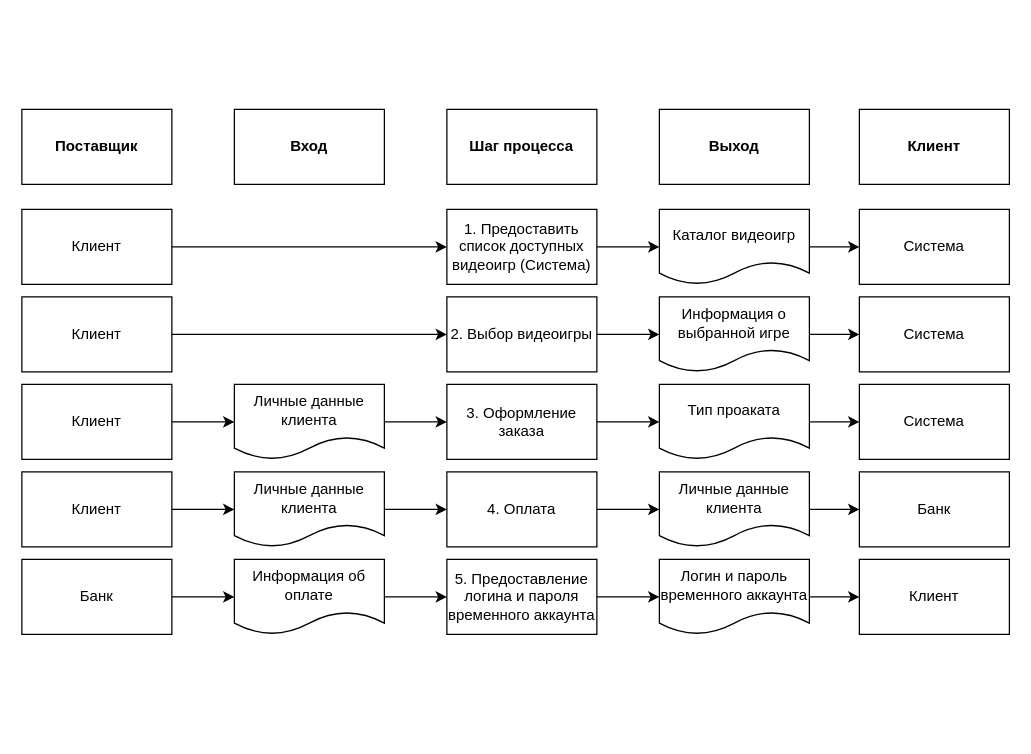
This is 2 курс/Предпроектный анализ и моделирование бизнес-процессов/main - РГР/Схемы/SIPOC.drawio from oxygen-js/CHGU, a draw.io file, before an edit. Source tidied: cells renumbered, new cells numbered last; positions are measured from the earlier drawing's top-left corner, leaving out a move shared by most shapes. Both pictures are drawn from the tidied source at 125%, with x=0, y=0 at pixel (21, 109).
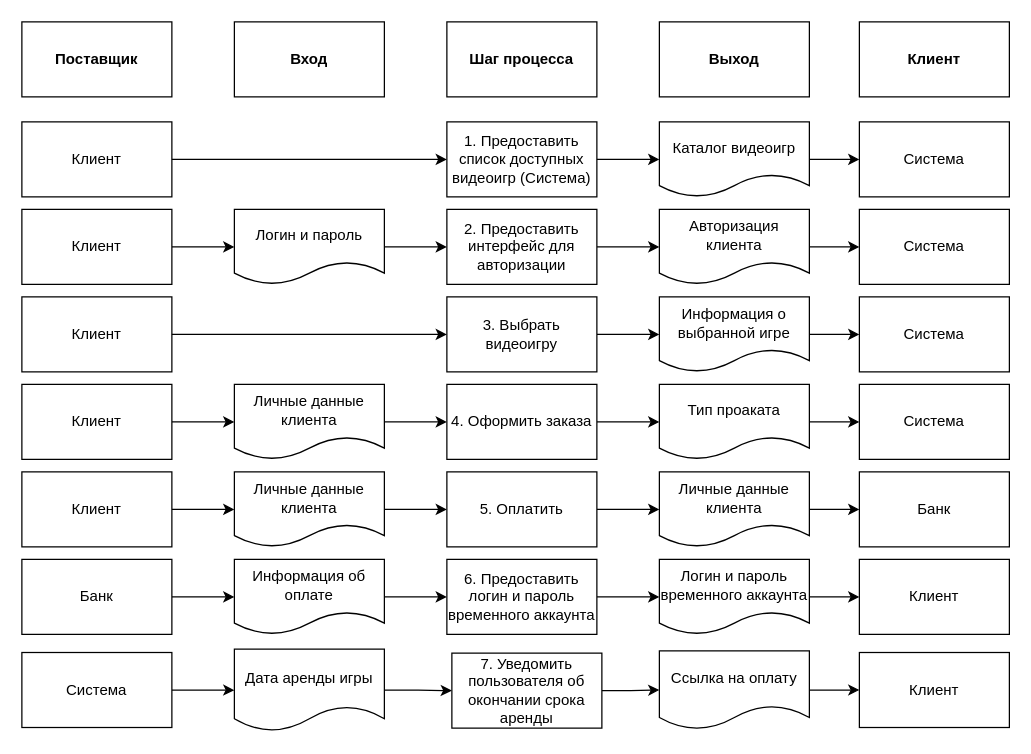
After the change.

Diff of the diagram source:
```diff
@@
     <mxCell id="2" value="&lt;b&gt;Поставщик&lt;br&gt;&lt;/b&gt;" style="rounded=0;whiteSpace=wrap;html=1;" parent="1" vertex="1">
-      <mxGeometry width="120" height="60" as="geometry" />
+      <mxGeometry y="-70" width="120" height="60" as="geometry" />
     </mxCell>
     <mxCell id="3" value="Вход" style="rounded=0;whiteSpace=wrap;html=1;fontStyle=1;" parent="1" vertex="1">
-      <mxGeometry x="170" width="120" height="60" as="geometry" />
+      <mxGeometry x="170" y="-70" width="120" height="60" as="geometry" />
     </mxCell>
     <mxCell id="4" value="Шаг процесса" style="rounded=0;whiteSpace=wrap;html=1;fontStyle=1;" parent="1" vertex="1">
-      <mxGeometry x="340" width="120" height="60" as="geometry" />
+      <mxGeometry x="340" y="-70" width="120" height="60" as="geometry" />
     </mxCell>
     <mxCell id="5" value="Клиент" style="rounded=0;whiteSpace=wrap;html=1;fontStyle=1;" parent="1" vertex="1">
-      <mxGeometry x="670" width="120" height="60" as="geometry" />
+      <mxGeometry x="670" y="-70" width="120" height="60" as="geometry" />
     </mxCell>
     <mxCell id="6" value="Выход" style="rounded=0;whiteSpace=wrap;html=1;fontStyle=1;" parent="1" vertex="1">
-      <mxGeometry x="510" width="120" height="60" as="geometry" />
+      <mxGeometry x="510" y="-70" width="120" height="60" as="geometry" />
     </mxCell>
     <mxCell id="7" value="Клиент" style="rounded=0;whiteSpace=wrap;html=1;" parent="1" vertex="1">
-      <mxGeometry y="80" width="120" height="60" as="geometry" />
+      <mxGeometry y="10" width="120" height="60" as="geometry" />
     </mxCell>
     <mxCell id="8" value="1. Предоставить список доступных видеоигр (Система)" style="rounded=0;whiteSpace=wrap;html=1;" parent="1" vertex="1">
-      <mxGeometry x="340" y="80" width="120" height="60" as="geometry" />
+      <mxGeometry x="340" y="10" width="120" height="60" as="geometry" />
     </mxCell>
@@
     <mxCell id="10" value="Каталог видеоигр" style="shape=document;whiteSpace=wrap;html=1;boundedLbl=1;" parent="1" vertex="1">
-      <mxGeometry x="510" y="80" width="120" height="60" as="geometry" />
+      <mxGeometry x="510" y="10" width="120" height="60" as="geometry" />
     </mxCell>
     <mxCell id="11" value="Система" style="rounded=0;whiteSpace=wrap;html=1;" parent="1" vertex="1">
-      <mxGeometry x="670" y="80" width="120" height="60" as="geometry" />
+      <mxGeometry x="670" y="10" width="120" height="60" as="geometry" />
     </mxCell>
@@
-    <mxCell id="18" value="2. Выбор видеоигры" style="rounded=0;whiteSpace=wrap;html=1;" parent="1" vertex="1">
+    <mxCell id="18" value="3. Выбрать видеоигру" style="rounded=0;whiteSpace=wrap;html=1;" parent="1" vertex="1">
       <mxGeometry x="340" y="150" width="120" height="60" as="geometry" />
     </mxCell>
@@
-    <mxCell id="26" value="3. Оформление заказа" style="rounded=0;whiteSpace=wrap;html=1;" parent="1" vertex="1">
+    <mxCell id="26" value="4. Оформить заказа" style="rounded=0;whiteSpace=wrap;html=1;" parent="1" vertex="1">
       <mxGeometry x="340" y="220" width="120" height="60" as="geometry" />
     </mxCell>
@@
-    <mxCell id="35" value="4. Оплата" style="whiteSpace=wrap;html=1;rounded=0;" parent="1" vertex="1">
+    <mxCell id="35" value="5. Оплатить" style="whiteSpace=wrap;html=1;rounded=0;" parent="1" vertex="1">
       <mxGeometry x="340" y="290" width="120" height="60" as="geometry" />
     </mxCell>
@@
-    <mxCell id="44" value="5. Предоставление логина и пароля временного аккаунта" style="whiteSpace=wrap;html=1;rounded=0;" parent="1" vertex="1">
+    <mxCell id="44" value="6. Предоставить логин и пароль временного аккаунта" style="whiteSpace=wrap;html=1;rounded=0;" parent="1" vertex="1">
       <mxGeometry x="340" y="360" width="120" height="60" as="geometry" />
     </mxCell>
@@
+    <mxCell id="48" style="edgeStyle=orthogonalEdgeStyle;rounded=0;jettySize=auto;html=1;" parent="1" edge="1" source="49" target="51">
+      <mxGeometry relative="1" as="geometry" />
+    </mxCell>
+    <mxCell id="49" value="Клиент" style="rounded=0;whiteSpace=wrap;html=1;" parent="1" vertex="1">
+      <mxGeometry y="80" width="120" height="60" as="geometry" />
+    </mxCell>
+    <mxCell id="50" style="edgeStyle=orthogonalEdgeStyle;rounded=0;jettySize=auto;html=1;" parent="1" edge="1" source="51" target="53">
+      <mxGeometry relative="1" as="geometry" />
+    </mxCell>
+    <mxCell id="51" value="Логин и пароль" style="shape=document;whiteSpace=wrap;html=1;boundedLbl=1;" parent="1" vertex="1">
+      <mxGeometry x="170" y="80" width="120" height="60" as="geometry" />
+    </mxCell>
+    <mxCell id="52" style="edgeStyle=orthogonalEdgeStyle;rounded=0;jettySize=auto;html=1;" parent="1" edge="1" source="53" target="55">
+      <mxGeometry relative="1" as="geometry" />
+    </mxCell>
+    <mxCell id="53" value="2. Предоставить интерфейс для авторизации" style="rounded=0;whiteSpace=wrap;html=1;" parent="1" vertex="1">
+      <mxGeometry x="340" y="80" width="120" height="60" as="geometry" />
+    </mxCell>
+    <mxCell id="54" style="edgeStyle=orthogonalEdgeStyle;rounded=0;jettySize=auto;html=1;" parent="1" edge="1" source="55" target="56">
+      <mxGeometry relative="1" as="geometry" />
+    </mxCell>
+    <mxCell id="55" value="Авторизация клиента" style="shape=document;whiteSpace=wrap;html=1;boundedLbl=1;" parent="1" vertex="1">
+      <mxGeometry x="510" y="80" width="120" height="60" as="geometry" />
+    </mxCell>
+    <mxCell id="56" value="Система" style="rounded=0;whiteSpace=wrap;html=1;" parent="1" vertex="1">
+      <mxGeometry x="670" y="80" width="120" height="60" as="geometry" />
+    </mxCell>
+    <mxCell id="57" style="edgeStyle=orthogonalEdgeStyle;rounded=0;jettySize=auto;html=1;" parent="1" edge="1" source="58" target="60">
+      <mxGeometry relative="1" as="geometry" />
+    </mxCell>
+    <mxCell id="58" value="Система" style="rounded=0;whiteSpace=wrap;html=1;" parent="1" vertex="1">
+      <mxGeometry y="434.5" width="120" height="60" as="geometry" />
+    </mxCell>
+    <mxCell id="59" style="edgeStyle=orthogonalEdgeStyle;rounded=0;jettySize=auto;html=1;" parent="1" edge="1" source="60" target="62">
+      <mxGeometry relative="1" as="geometry" />
+    </mxCell>
+    <mxCell id="60" value="Дата аренды игры" style="shape=document;whiteSpace=wrap;html=1;boundedLbl=1;" parent="1" vertex="1">
+      <mxGeometry x="170" y="431.8" width="120" height="65.5" as="geometry" />
+    </mxCell>
+    <mxCell id="61" style="edgeStyle=orthogonalEdgeStyle;rounded=0;jettySize=auto;html=1;" parent="1" edge="1" source="62" target="65">
+      <mxGeometry relative="1" as="geometry" />
+    </mxCell>
+    <mxCell id="62" value="7. Уведомить пользователя об окончании срока аренды" style="rounded=0;whiteSpace=wrap;html=1;" parent="1" vertex="1">
+      <mxGeometry x="344" y="435" width="120" height="60" as="geometry" />
+    </mxCell>
+    <mxCell id="63" value="Клиент" style="rounded=0;whiteSpace=wrap;html=1;" parent="1" vertex="1">
+      <mxGeometry x="670" y="434.5" width="120" height="60" as="geometry" />
+    </mxCell>
+    <mxCell id="64" style="edgeStyle=orthogonalEdgeStyle;rounded=0;jettySize=auto;html=1;" parent="1" edge="1" source="65" target="63">
+      <mxGeometry relative="1" as="geometry" />
+    </mxCell>
+    <mxCell id="65" value="Ссылка на оплату" style="shape=document;whiteSpace=wrap;html=1;boundedLbl=1;" parent="1" vertex="1">
+      <mxGeometry x="510" y="433.1" width="120" height="62.8" as="geometry" />
+    </mxCell>
```
